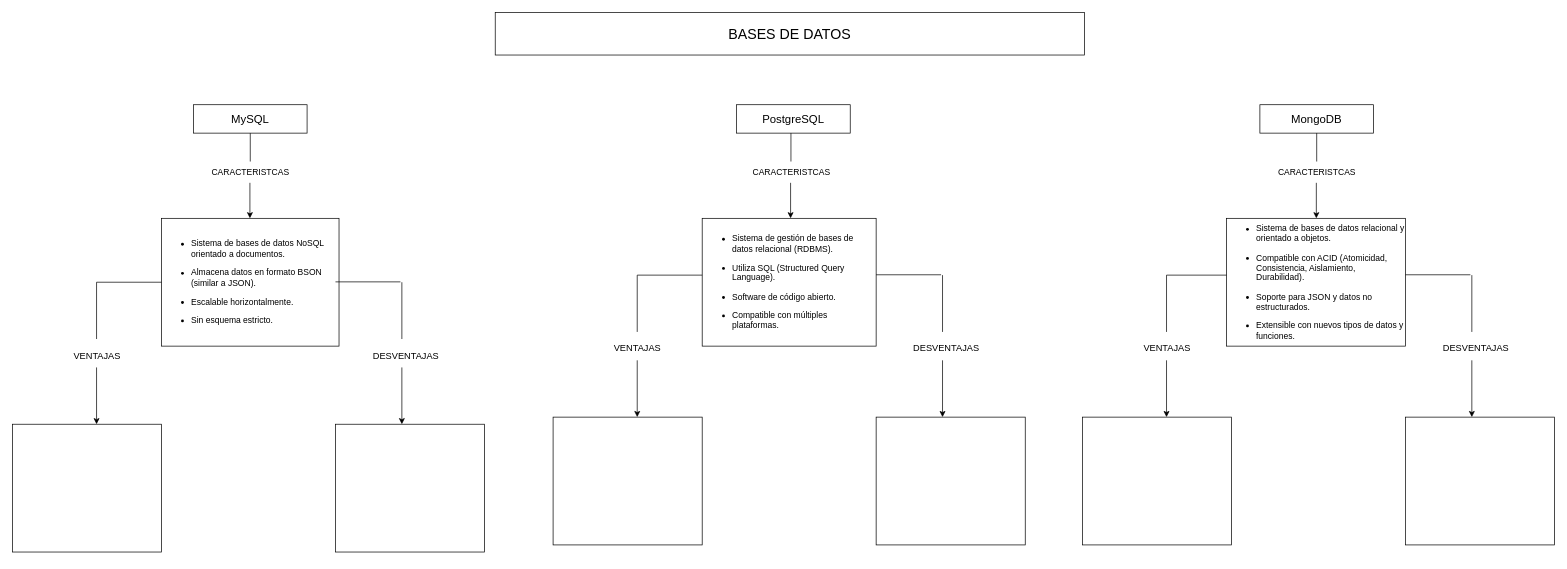
AlexisJG79/Escuela-de-codigo keeps this draw.io diagram as Mapa conceptual BD.drawio. Above is the earlier version. Source tidied: cells renumbered, new cells numbered last; positions are measured from the earlier drawing's top-left corner, leaving out a move shared by most shapes. Both pictures are drawn from the tidied source at 71%, with x=0, y=0 at pixel (12, 12).
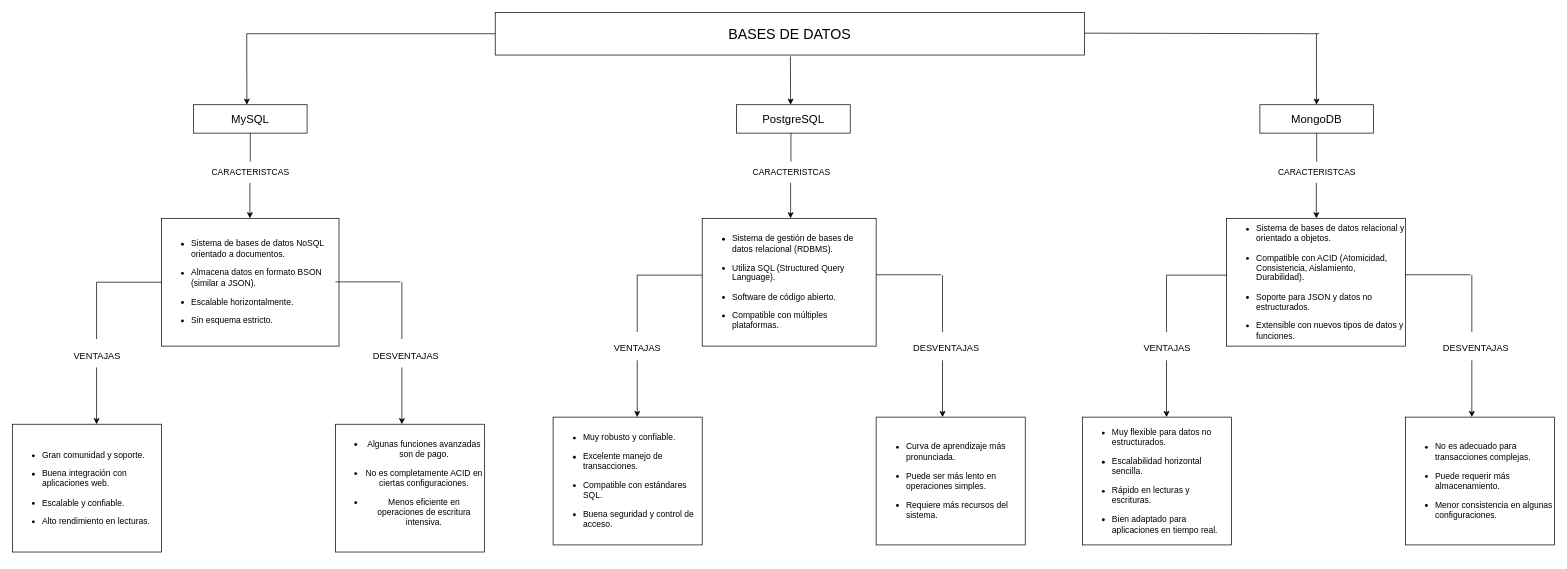
Above is the later version.

What changed in the source:
```diff
@@
-    <mxCell id="24" style="rounded=0;whiteSpace=wrap;html=1;" parent="1" vertex="1">
+    <mxCell id="24" value="&lt;ul data-pm-slice=&quot;3 3 [&amp;quot;ordered_list&amp;quot;,{&amp;quot;spread&amp;quot;:true,&amp;quot;startingNumber&amp;quot;:1,&amp;quot;start&amp;quot;:49,&amp;quot;end&amp;quot;:1872},&amp;quot;regular_list_item&amp;quot;,{&amp;quot;start&amp;quot;:639,&amp;quot;end&amp;quot;:1273},&amp;quot;list&amp;quot;,{&amp;quot;spread&amp;quot;:false,&amp;quot;start&amp;quot;:660,&amp;quot;end&amp;quot;:1273},&amp;quot;regular_list_item&amp;quot;,{&amp;quot;start&amp;quot;:942,&amp;quot;end&amp;quot;:1113}]&quot;&gt;&lt;li&gt;&lt;p&gt;Muy robusto y confiable.&lt;/p&gt;&lt;/li&gt;&lt;li&gt;&lt;p&gt;Excelente manejo de transacciones.&lt;/p&gt;&lt;/li&gt;&lt;li&gt;&lt;p&gt;Compatible con estándares SQL.&lt;/p&gt;&lt;/li&gt;&lt;li&gt;&lt;p&gt;Buena seguridad y control de acceso.&lt;/p&gt;&lt;/li&gt;&lt;/ul&gt;" style="rounded=0;whiteSpace=wrap;html=1;align=left;" parent="1" vertex="1">
       <mxGeometry x="761.5" y="570" width="210" height="180" as="geometry" />
     </mxCell>
-    <mxCell id="25" style="rounded=0;whiteSpace=wrap;html=1;" parent="1" vertex="1">
+    <mxCell id="25" value="&lt;ul data-pm-slice=&quot;3 3 [&amp;quot;ordered_list&amp;quot;,{&amp;quot;spread&amp;quot;:true,&amp;quot;startingNumber&amp;quot;:1,&amp;quot;start&amp;quot;:49,&amp;quot;end&amp;quot;:1872},&amp;quot;regular_list_item&amp;quot;,{&amp;quot;start&amp;quot;:639,&amp;quot;end&amp;quot;:1273},&amp;quot;list&amp;quot;,{&amp;quot;spread&amp;quot;:false,&amp;quot;start&amp;quot;:660,&amp;quot;end&amp;quot;:1273},&amp;quot;regular_list_item&amp;quot;,{&amp;quot;start&amp;quot;:1117,&amp;quot;end&amp;quot;:1273}]&quot;&gt;&lt;li&gt;&lt;p&gt;Curva de aprendizaje más pronunciada.&lt;/p&gt;&lt;/li&gt;&lt;li&gt;&lt;p&gt;Puede ser más lento en operaciones simples.&lt;/p&gt;&lt;/li&gt;&lt;li&gt;&lt;p&gt;Requiere más recursos del sistema.&lt;/p&gt;&lt;/li&gt;&lt;/ul&gt;" style="rounded=0;whiteSpace=wrap;html=1;align=left;" parent="1" vertex="1">
       <mxGeometry x="1216.5" y="570" width="210" height="180" as="geometry" />
     </mxCell>
@@
-    <mxCell id="34" style="rounded=0;whiteSpace=wrap;html=1;" parent="1" vertex="1">
+    <mxCell id="34" value="&lt;br&gt;&lt;ul data-pm-slice=&quot;3 3 [&amp;quot;ordered_list&amp;quot;,{&amp;quot;spread&amp;quot;:true,&amp;quot;startingNumber&amp;quot;:1,&amp;quot;start&amp;quot;:49,&amp;quot;end&amp;quot;:1872},&amp;quot;regular_list_item&amp;quot;,{&amp;quot;start&amp;quot;:1275,&amp;quot;end&amp;quot;:1872},&amp;quot;list&amp;quot;,{&amp;quot;spread&amp;quot;:false,&amp;quot;start&amp;quot;:1293,&amp;quot;end&amp;quot;:1872},&amp;quot;regular_list_item&amp;quot;,{&amp;quot;start&amp;quot;:1501,&amp;quot;end&amp;quot;:1702}]&quot;&gt;&lt;li&gt;&lt;p&gt;&lt;span&gt;Muy flexible para datos no estructurados.&lt;/span&gt;&lt;/p&gt;&lt;/li&gt;&lt;li&gt;&lt;p&gt;&lt;span&gt;Escalabilidad horizontal sencilla.&lt;/span&gt;&lt;/p&gt;&lt;/li&gt;&lt;li&gt;&lt;p&gt;&lt;span&gt;Rápido en lecturas y escrituras.&lt;/span&gt;&lt;/p&gt;&lt;/li&gt;&lt;li&gt;&lt;p&gt;&lt;span&gt;Bien adaptado para aplicaciones en tiempo real.&lt;/span&gt;&lt;/p&gt;&lt;/li&gt;&lt;/ul&gt;&lt;div&gt;&lt;br/&gt;&lt;/div&gt;" style="rounded=0;whiteSpace=wrap;html=1;align=left;" parent="1" vertex="1">
       <mxGeometry x="1507" y="570" width="210" height="180" as="geometry" />
     </mxCell>
-    <mxCell id="35" style="rounded=0;whiteSpace=wrap;html=1;" parent="1" vertex="1">
+    <mxCell id="35" value="&lt;ul data-pm-slice=&quot;3 3 [&amp;quot;ordered_list&amp;quot;,{&amp;quot;spread&amp;quot;:true,&amp;quot;startingNumber&amp;quot;:1,&amp;quot;start&amp;quot;:49,&amp;quot;end&amp;quot;:1872},&amp;quot;regular_list_item&amp;quot;,{&amp;quot;start&amp;quot;:1275,&amp;quot;end&amp;quot;:1872},&amp;quot;list&amp;quot;,{&amp;quot;spread&amp;quot;:false,&amp;quot;start&amp;quot;:1293,&amp;quot;end&amp;quot;:1872},&amp;quot;regular_list_item&amp;quot;,{&amp;quot;start&amp;quot;:1706,&amp;quot;end&amp;quot;:1872}]&quot;&gt;&lt;li&gt;&lt;p&gt;No es adecuado para transacciones complejas.&lt;/p&gt;&lt;/li&gt;&lt;li&gt;&lt;p&gt;Puede requerir más almacenamiento.&lt;/p&gt;&lt;/li&gt;&lt;li&gt;&lt;p&gt;Menor consistencia en algunas configuraciones.&lt;/p&gt;&lt;/li&gt;&lt;/ul&gt;" style="rounded=0;whiteSpace=wrap;html=1;align=left;" parent="1" vertex="1">
       <mxGeometry x="1962" y="570" width="210" height="180" as="geometry" />
     </mxCell>
@@
-    <mxCell id="44" style="rounded=0;whiteSpace=wrap;html=1;" parent="1" vertex="1">
+    <mxCell id="44" value="&lt;ul data-pm-slice=&quot;3 3 [&amp;quot;ordered_list&amp;quot;,{&amp;quot;spread&amp;quot;:true,&amp;quot;startingNumber&amp;quot;:1,&amp;quot;start&amp;quot;:49,&amp;quot;end&amp;quot;:1872},&amp;quot;regular_list_item&amp;quot;,{&amp;quot;start&amp;quot;:49,&amp;quot;end&amp;quot;:637},&amp;quot;list&amp;quot;,{&amp;quot;spread&amp;quot;:false,&amp;quot;start&amp;quot;:65,&amp;quot;end&amp;quot;:637},&amp;quot;regular_list_item&amp;quot;,{&amp;quot;start&amp;quot;:283,&amp;quot;end&amp;quot;:445}]&quot;&gt;&lt;li&gt;&lt;p&gt;Gran comunidad y soporte.&lt;/p&gt;&lt;/li&gt;&lt;li&gt;&lt;p&gt;Buena integración con aplicaciones web.&lt;/p&gt;&lt;/li&gt;&lt;li&gt;&lt;p&gt;Escalable y confiable.&lt;/p&gt;&lt;/li&gt;&lt;li&gt;&lt;p&gt;Alto rendimiento en lecturas.&lt;/p&gt;&lt;/li&gt;&lt;/ul&gt;" style="rounded=0;whiteSpace=wrap;html=1;align=left;" parent="1" vertex="1">
       <mxGeometry y="580" width="210" height="180" as="geometry" />
     </mxCell>
-    <mxCell id="45" style="rounded=0;whiteSpace=wrap;html=1;" parent="1" vertex="1">
+    <mxCell id="45" value="&#10;&lt;ul data-pm-slice=&quot;3 3 [&amp;quot;ordered_list&amp;quot;,{&amp;quot;spread&amp;quot;:true,&amp;quot;startingNumber&amp;quot;:1,&amp;quot;start&amp;quot;:49,&amp;quot;end&amp;quot;:1872},&amp;quot;regular_list_item&amp;quot;,{&amp;quot;start&amp;quot;:49,&amp;quot;end&amp;quot;:637},&amp;quot;list&amp;quot;,{&amp;quot;spread&amp;quot;:false,&amp;quot;start&amp;quot;:65,&amp;quot;end&amp;quot;:637},&amp;quot;regular_list_item&amp;quot;,{&amp;quot;start&amp;quot;:449,&amp;quot;end&amp;quot;:637}]&quot;&gt;&lt;li&gt;&lt;p&gt;&lt;span&gt;Algunas funciones avanzadas son de pago.&lt;/span&gt;&lt;/p&gt;&lt;/li&gt;&lt;li&gt;&lt;p&gt;&lt;span&gt;No es completamente ACID en ciertas configuraciones.&lt;/span&gt;&lt;/p&gt;&lt;/li&gt;&lt;li&gt;&lt;p&gt;&lt;span&gt;Menos eficiente en operaciones de escritura intensiva.&lt;/span&gt;&lt;/p&gt;&lt;/li&gt;&lt;/ul&gt;&#10;&#10;" style="rounded=0;whiteSpace=wrap;html=1;" parent="1" vertex="1">
       <mxGeometry x="455" y="580" width="210" height="180" as="geometry" />
     </mxCell>
@@
+    <mxCell id="48" style="endArrow=none;html=1;rounded=0;" parent="1" edge="1">
+      <mxGeometry relative="1" as="geometry">
+        <mxPoint x="330" y="30" as="sourcePoint" />
+        <mxPoint x="680" y="30" as="targetPoint" />
+      </mxGeometry>
+    </mxCell>
+    <mxCell id="49" style="endArrow=none;html=1;rounded=0;" parent="1" edge="1">
+      <mxGeometry relative="1" as="geometry">
+        <mxPoint x="1510" y="29.2" as="sourcePoint" />
+        <mxPoint x="1840" y="30" as="targetPoint" />
+      </mxGeometry>
+    </mxCell>
+    <mxCell id="50" style="endArrow=classic;html=1;rounded=0;" parent="1" edge="1">
+      <mxGeometry relative="1" as="geometry">
+        <mxPoint x="1836.6" y="30" as="sourcePoint" />
+        <mxPoint x="1836.8" y="130" as="targetPoint" />
+      </mxGeometry>
+    </mxCell>
+    <mxCell id="51" style="endArrow=classic;html=1;rounded=0;" parent="1" edge="1">
+      <mxGeometry relative="1" as="geometry">
+        <mxPoint x="330" y="30" as="sourcePoint" />
+        <mxPoint x="330.2" y="130" as="targetPoint" />
+      </mxGeometry>
+    </mxCell>
+    <mxCell id="52" style="endArrow=classic;html=1;rounded=0;exitX=0.508;exitY=1.032;exitDx=0;exitDy=0;exitPerimeter=0;" parent="1" edge="1">
+      <mxGeometry relative="1" as="geometry">
+        <mxPoint x="1095.8" y="61.9" as="sourcePoint" />
+        <mxPoint x="1096" y="130" as="targetPoint" />
+      </mxGeometry>
+    </mxCell>
```
